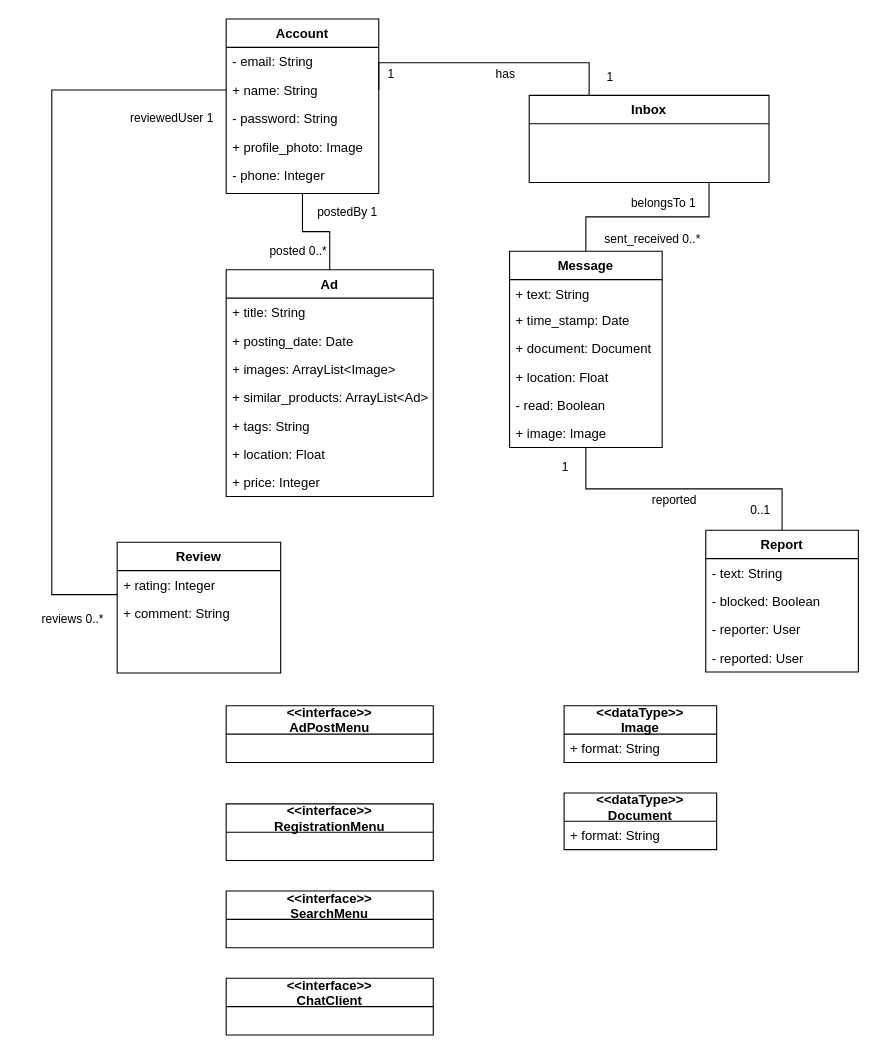
Above: Phase1Domain.drawio in spjanic10/BuySellWebApp (draw.io), before the change. Source tidied: cells renumbered, new cells numbered last; positions are measured from the earlier drawing's top-left corner, leaving out a move shared by most shapes. Both pictures are drawn from the tidied source at 109%, with x=0, y=0 at pixel (51, 19).
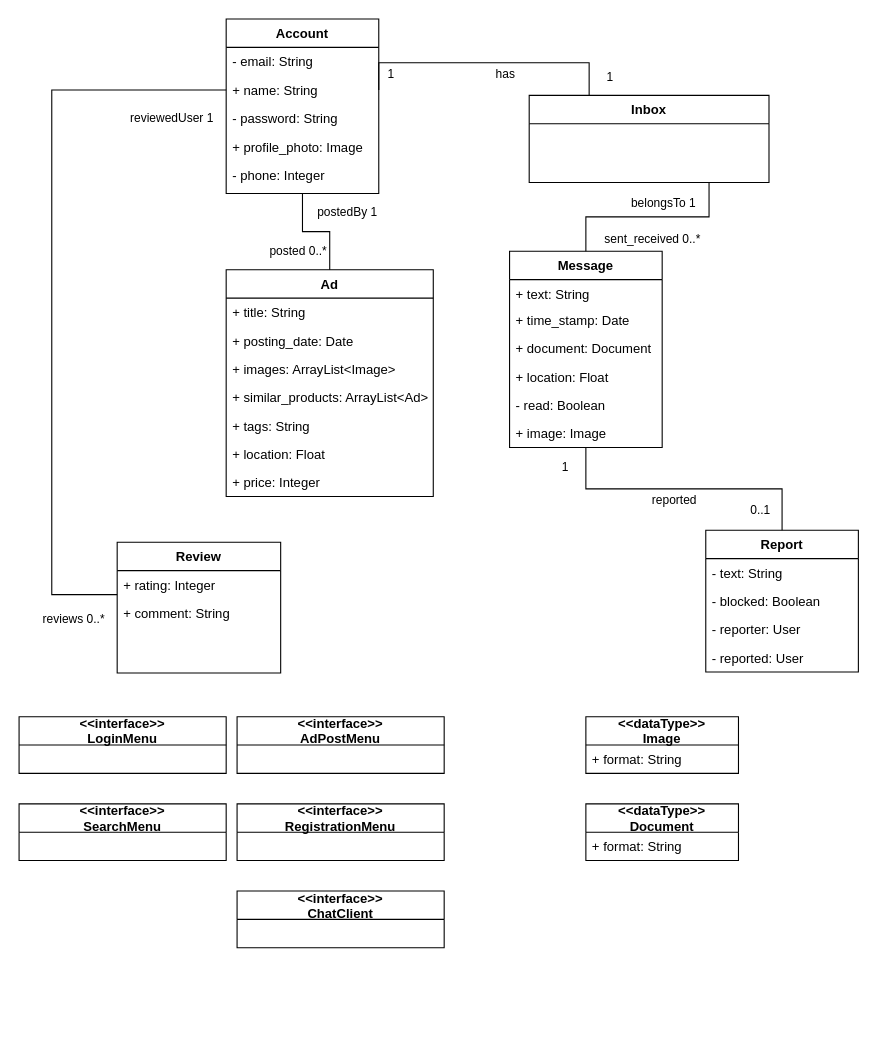
The same page after the edit.

Change to the diagram source:
```diff
@@
     <mxCell id="49" value="&lt;&lt;dataType&gt;&gt;&#10;Image" style="swimlane;fontStyle=1;horizontal=1;startSize=26;fillColor=none;" parent="1" vertex="1">
-      <mxGeometry x="470" y="630" width="140" height="52" as="geometry" />
+      <mxGeometry x="490" y="640" width="140" height="52" as="geometry" />
     </mxCell>
@@
     <mxCell id="51" value="&lt;&lt;dataType&gt;&gt;&#10;Document" style="swimlane;fontStyle=1;horizontal=1;startSize=26;fillColor=none;" parent="1" vertex="1">
-      <mxGeometry x="470" y="710" width="140" height="52" as="geometry" />
+      <mxGeometry x="490" y="720" width="140" height="52" as="geometry" />
     </mxCell>
@@
     <mxCell id="53" value="&lt;&lt;interface&gt;&gt;&#10;SearchMenu" style="swimlane;fontStyle=1;horizontal=1;startSize=26;fillColor=none;" parent="1" vertex="1">
-      <mxGeometry x="160" y="800" width="190" height="52" as="geometry" />
+      <mxGeometry x="-30" y="720" width="190" height="52" as="geometry" />
     </mxCell>
     <mxCell id="54" value="&lt;&lt;interface&gt;&gt;&#10;RegistrationMenu" style="swimlane;fontStyle=1;horizontal=1;startSize=26;fillColor=none;" parent="1" vertex="1">
-      <mxGeometry x="160" y="720" width="190" height="52" as="geometry" />
+      <mxGeometry x="170" y="720" width="190" height="52" as="geometry" />
     </mxCell>
-    <mxCell id="55" value="&lt;&lt;interface&gt;&gt;&#10;AdPostMenu" style="swimlane;fontStyle=1;horizontal=1;startSize=26;fillColor=none;" parent="1" vertex="1">
-      <mxGeometry x="160" y="630" width="190" height="52" as="geometry" />
+    <mxCell id="55" value="&lt;&lt;interface&gt;&gt;&#10;LoginMenu" style="swimlane;fontStyle=1;horizontal=1;startSize=26;fillColor=none;" parent="1" vertex="1">
+      <mxGeometry x="-30" y="640" width="190" height="52" as="geometry" />
     </mxCell>
     <mxCell id="56" value="&lt;&lt;interface&gt;&gt;&#10;ChatClient" style="swimlane;fontStyle=1;horizontal=1;startSize=26;fillColor=none;" parent="1" vertex="1">
-      <mxGeometry x="160" y="880" width="190" height="52" as="geometry" />
+      <mxGeometry x="170" y="800" width="190" height="52" as="geometry" />
     </mxCell>
+    <mxCell id="57" value="&lt;&lt;interface&gt;&gt;&#10;AdPostMenu" style="swimlane;fontStyle=1;horizontal=1;startSize=26;fillColor=none;" parent="1" vertex="1">
+      <mxGeometry x="170" y="640" width="190" height="52" as="geometry" />
+    </mxCell>
```
